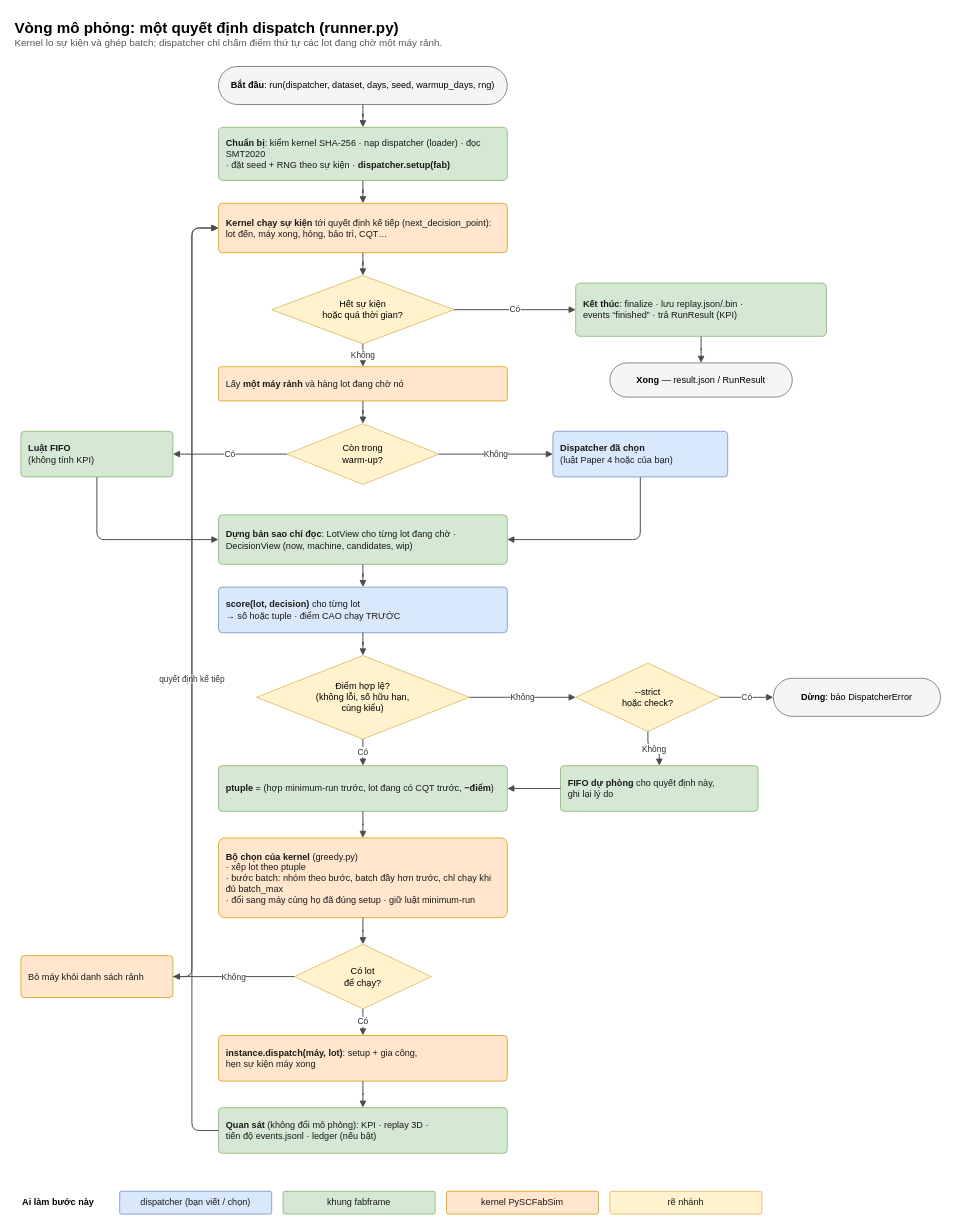
Before: page "2. Một quyết định dispatch" (2 of 2) of docs/luong-he-thong.drawio in thbn12082/fabframe, a draw.io diagram. Source tidied: cells renumbered, new cells numbered last; positions are measured from the earlier drawing's top-left corner, leaving out a move shared by most shapes. Both pictures are drawn from the tidied source at 76%, with x=0, y=0 at pixel (13, 13).
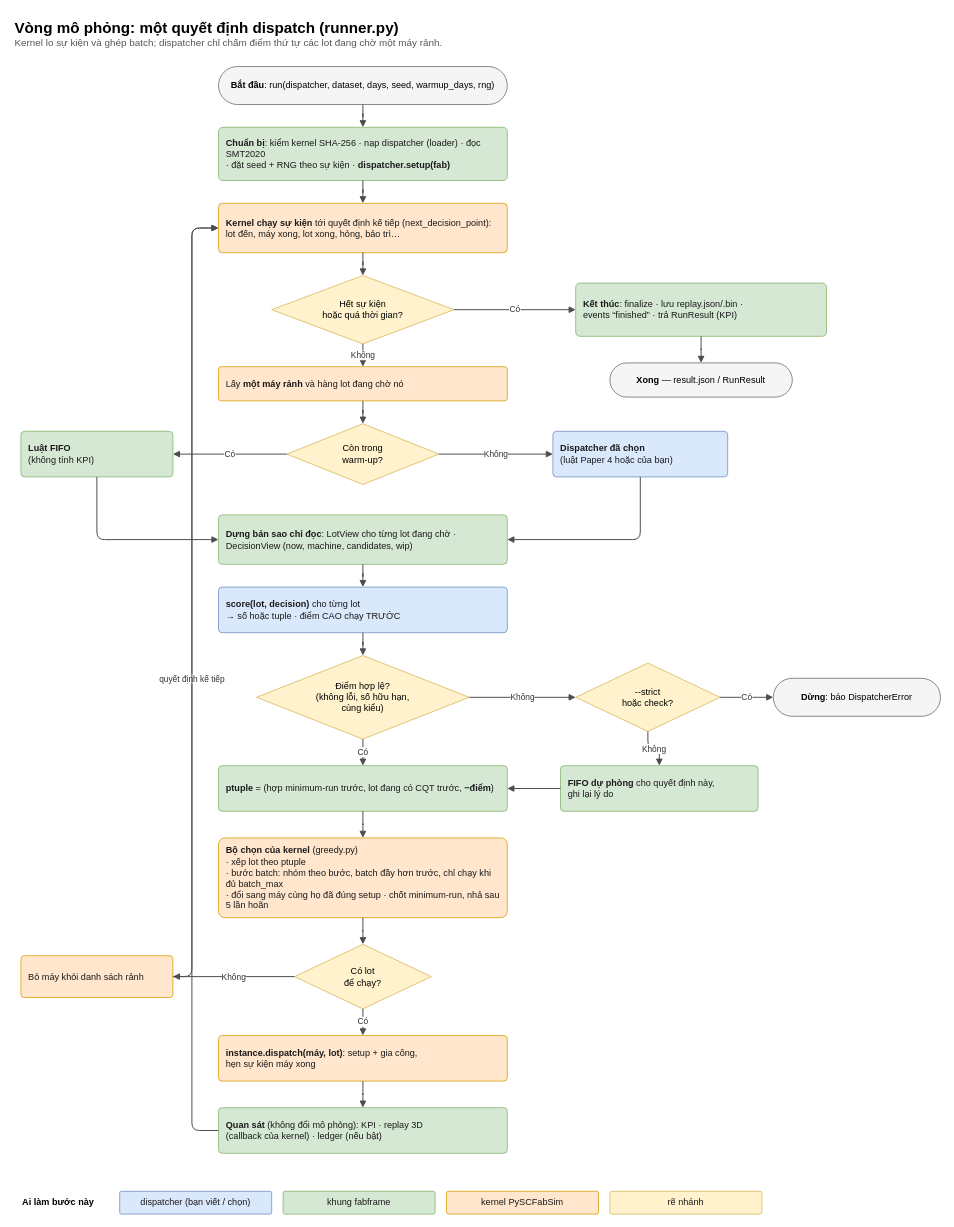
The same diagram, later.

The edit, as a diff of the source:
```diff
@@
-    <mxCell id="5" value="&lt;b&gt;Kernel chạy sự kiện&lt;/b&gt; tới quyết định kế tiếp (next_decision_point):&lt;br&gt;lot đến, máy xong, hỏng, bảo trì, CQT…" style="rounded=1;whiteSpace=wrap;html=1;arcSize=8;fillColor=#ffe6cc;strokeColor=#d79b00;fontSize=12;fontColor=#1a1a1a;align=left;verticalAlign=middle;spacingLeft=8;spacingRight=8;" parent="1" vertex="1">
+    <mxCell id="5" value="&lt;b&gt;Kernel chạy sự kiện&lt;/b&gt; tới quyết định kế tiếp (next_decision_point):&lt;br&gt;lot đến, máy xong, lot xong, hỏng, bảo trì…" style="rounded=1;whiteSpace=wrap;html=1;arcSize=8;fillColor=#ffe6cc;strokeColor=#d79b00;fontSize=12;fontColor=#1a1a1a;align=left;verticalAlign=middle;spacingLeft=8;spacingRight=8;" parent="1" vertex="1">
       <mxGeometry x="270" y="250" width="380" height="65" as="geometry" />
     </mxCell>
@@
-    <mxCell id="18" value="&lt;b&gt;Bộ chọn của kernel&lt;/b&gt; (greedy.py)&lt;br&gt;· xếp lot theo ptuple&lt;br&gt;· bước batch: nhóm theo bước, batch đầy hơn trước, chỉ chạy khi đủ batch_max&lt;br&gt;· đổi sang máy cùng họ đã đúng setup · giữ luật minimum-run" style="rounded=1;whiteSpace=wrap;html=1;arcSize=8;fillColor=#ffe6cc;strokeColor=#d79b00;fontSize=12;fontColor=#1a1a1a;align=left;verticalAlign=middle;spacingLeft=8;spacingRight=8;" parent="1" vertex="1">
+    <mxCell id="18" value="&lt;b&gt;Bộ chọn của kernel&lt;/b&gt; (greedy.py)&lt;br&gt;· xếp lot theo ptuple&lt;br&gt;· bước batch: nhóm theo bước, batch đầy hơn trước, chỉ chạy khi đủ batch_max&lt;br&gt;· đổi sang máy cùng họ đã đúng setup · chốt minimum-run, nhả sau 5 lần hoãn" style="rounded=1;whiteSpace=wrap;html=1;arcSize=8;fillColor=#ffe6cc;strokeColor=#d79b00;fontSize=12;fontColor=#1a1a1a;align=left;verticalAlign=middle;spacingLeft=8;spacingRight=8;" parent="1" vertex="1">
       <mxGeometry x="270" y="1085" width="380" height="105" as="geometry" />
     </mxCell>
@@
-    <mxCell id="22" value="&lt;b&gt;Quan sát&lt;/b&gt; (không đổi mô phỏng): KPI · replay 3D ·&lt;br&gt;tiến độ events.jsonl · ledger (nếu bật)" style="rounded=1;whiteSpace=wrap;html=1;arcSize=8;fillColor=#d5e8d4;strokeColor=#82b366;fontSize=12;fontColor=#1a1a1a;align=left;verticalAlign=middle;spacingLeft=8;spacingRight=8;" parent="1" vertex="1">
+    <mxCell id="22" value="&lt;b&gt;Quan sát&lt;/b&gt; (không đổi mô phỏng): KPI · replay 3D&lt;br&gt;(callback của kernel) · ledger (nếu bật)" style="rounded=1;whiteSpace=wrap;html=1;arcSize=8;fillColor=#d5e8d4;strokeColor=#82b366;fontSize=12;fontColor=#1a1a1a;align=left;verticalAlign=middle;spacingLeft=8;spacingRight=8;" parent="1" vertex="1">
       <mxGeometry x="270" y="1440" width="380" height="60" as="geometry" />
     </mxCell>
```
